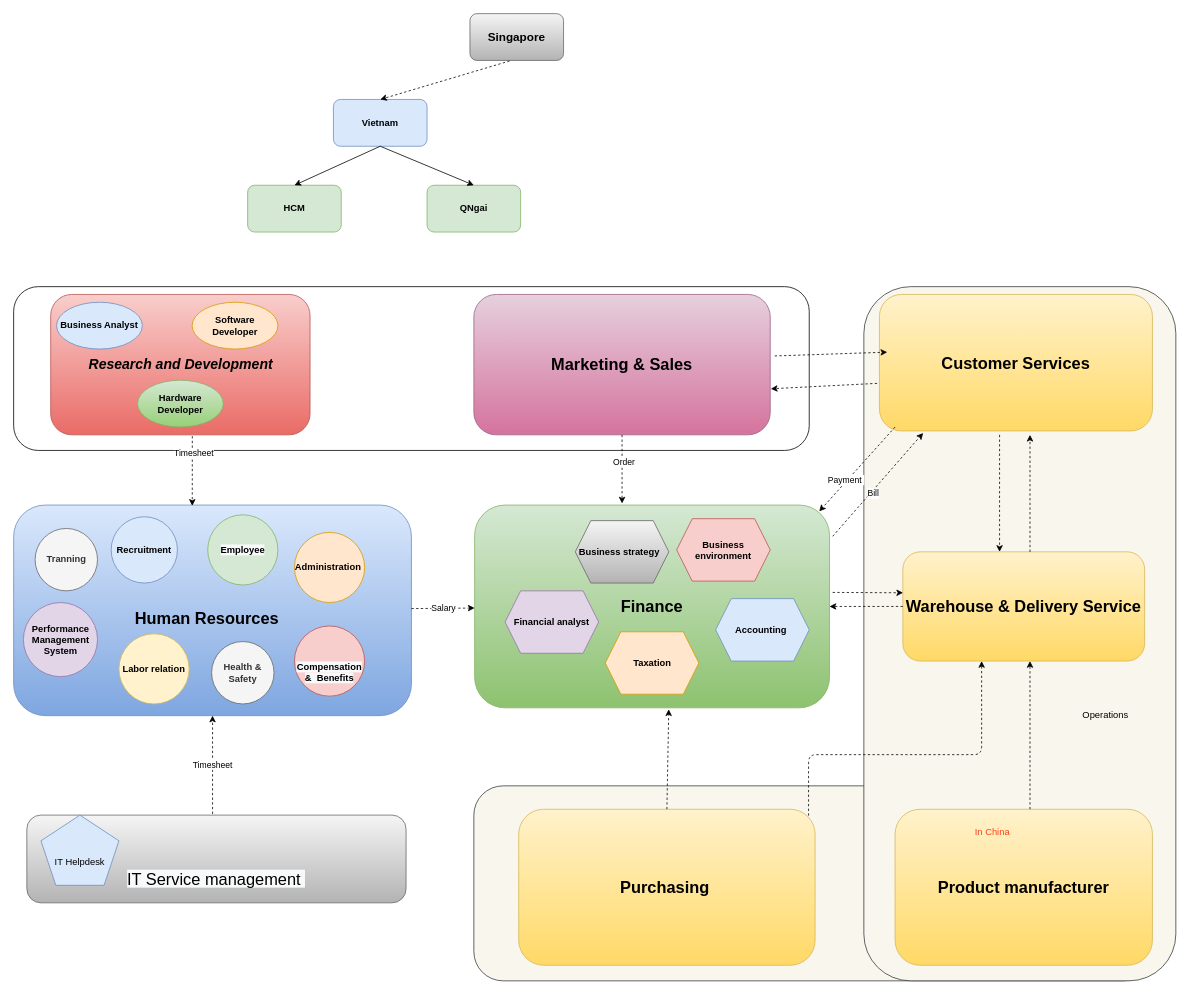
letrthong/business keeps this draw.io diagram as page "Org_Chart" (1 of 10) of 04_docs/Department_Organizational_chart.drawio. Above is the earlier version. Source tidied: cells renumbered, new cells numbered last; positions are measured from the earlier drawing's top-left corner, leaving out a move shared by most shapes. Both pictures are drawn from the tidied source at 78%, with x=0, y=0 at pixel (13, 13).
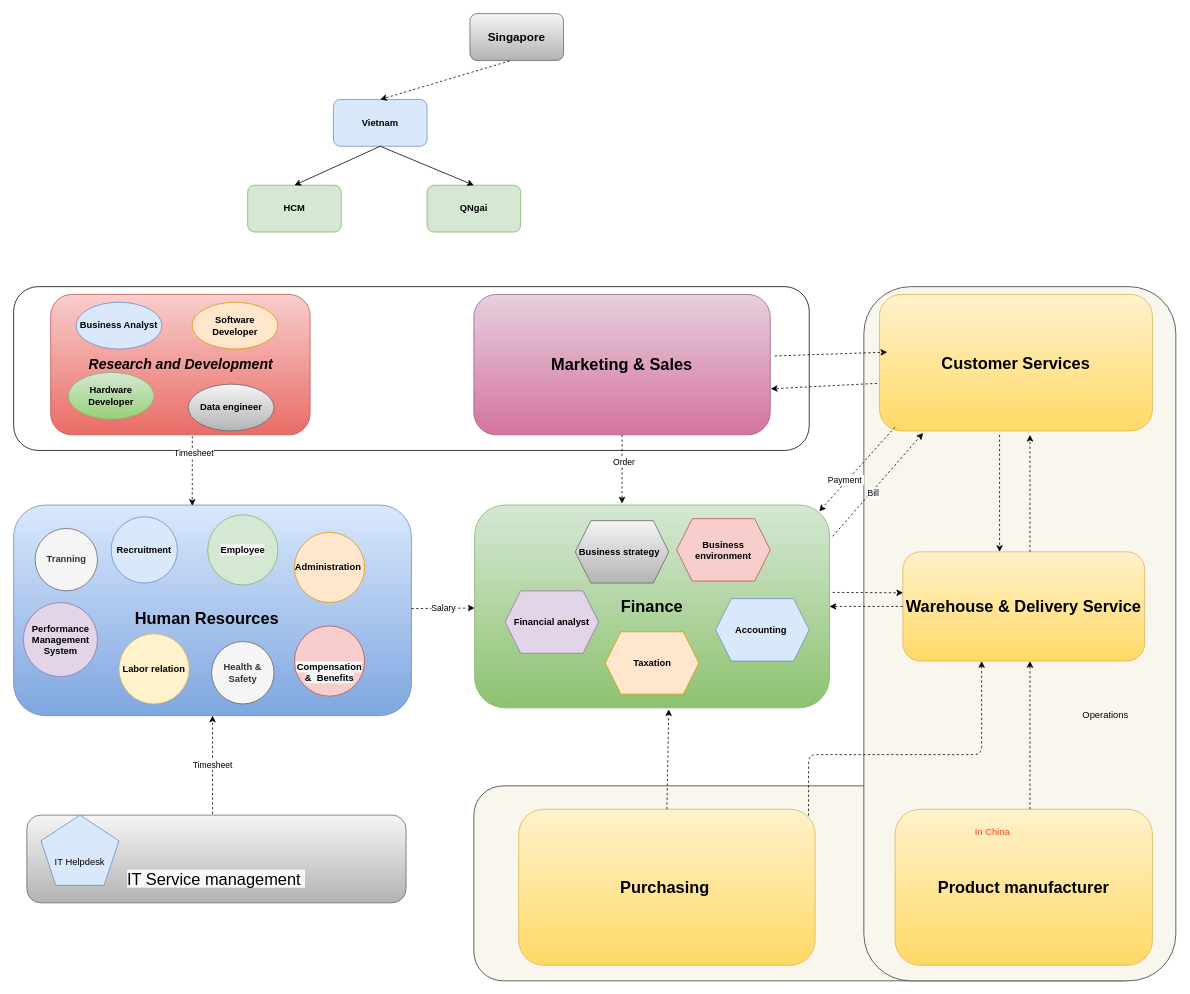
The same diagram, later.

Diff of the diagram source:
```diff
@@
     <mxCell id="55" value="&lt;span&gt;&lt;b&gt;Business Analyst&lt;/b&gt;&lt;/span&gt;" style="ellipse;whiteSpace=wrap;html=1;fillColor=#dae8fc;strokeColor=#6c8ebf;" parent="1" vertex="1">
-      <mxGeometry x="55" y="370" width="110" height="60" as="geometry" />
+      <mxGeometry x="80" y="370" width="110" height="60" as="geometry" />
     </mxCell>
@@
     <mxCell id="57" value="&lt;b&gt;Hardware Developer&lt;/b&gt;" style="ellipse;whiteSpace=wrap;html=1;fillColor=#d5e8d4;strokeColor=#82b366;gradientColor=#97d077;" parent="1" vertex="1">
-      <mxGeometry x="158.8" y="470" width="110" height="60" as="geometry" />
+      <mxGeometry x="70" y="460" width="110" height="60" as="geometry" />
     </mxCell>
@@
+    <mxCell id="60" value="&lt;b&gt;Data engineer&lt;/b&gt;" style="ellipse;whiteSpace=wrap;html=1;fillColor=#f5f5f5;strokeColor=#666666;gradientColor=#b3b3b3;" parent="1" vertex="1">
+      <mxGeometry x="223.8" y="475" width="110" height="60" as="geometry" />
+    </mxCell>
```
